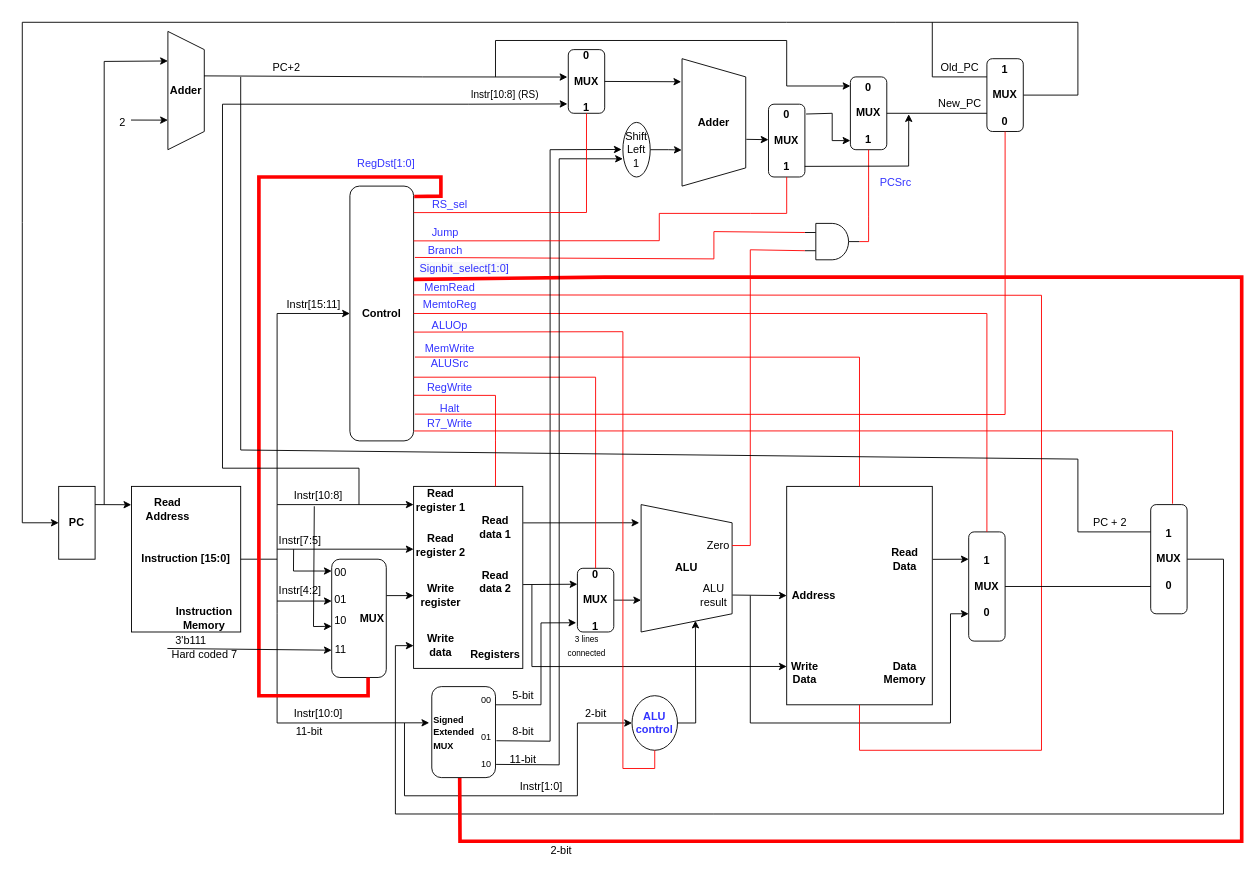
This is WISC-SP22.drawio from joshmeiyb/ECE552, a draw.io file, before an edit. Source tidied: cells renumbered, new cells numbered last; positions are measured from the earlier drawing's top-left corner, leaving out a move shared by most shapes. Both pictures are drawn from the tidied source at 91%, with x=0, y=0 at pixel (22, 22).
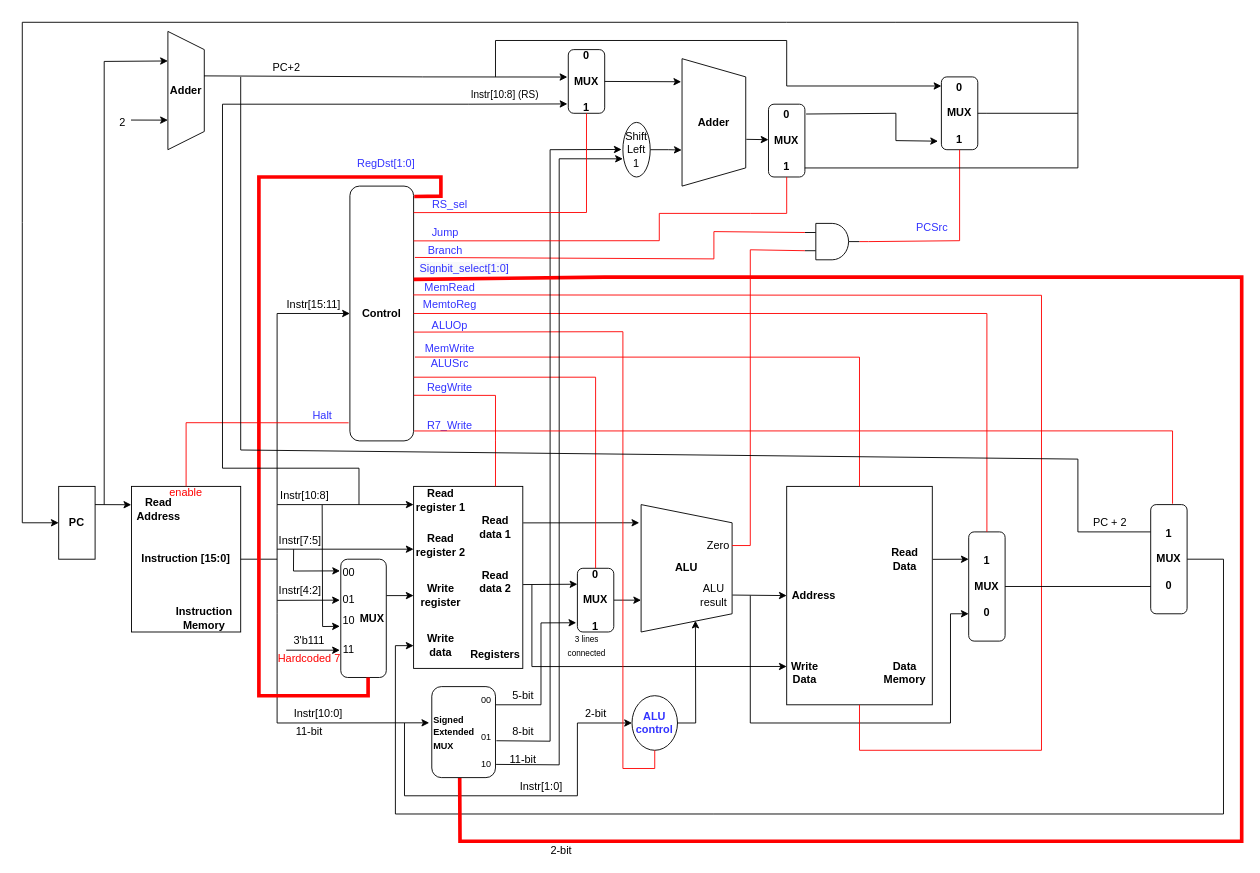
Above is the later version.

Unchanged cells that the change refers to:
```xml
<mxCell id="2" value="&lt;b&gt;PC&lt;/b&gt;" style="rounded=0;whiteSpace=wrap;html=1;" parent="1" vertex="1">
  <mxGeometry x="40" y="510" width="40" height="80" as="geometry" />
</mxCell>
<mxCell id="3" value="&lt;b&gt;Instruction [15:0]&lt;/b&gt;" style="rounded=0;whiteSpace=wrap;html=1;" parent="1" vertex="1">
  <mxGeometry x="120" y="510" width="120" height="160" as="geometry" />
</mxCell>
<mxCell id="63" value="Instr[7:5]" style="text;html=1;align=center;verticalAlign=middle;points=[];strokeColor=none;fillColor=none;" parent="1" vertex="1">
  <mxGeometry x="275" y="560" width="60" height="20" as="geometry" />
</mxCell>
<mxCell id="64" value="Instr[4:2]" style="text;html=1;align=center;verticalAlign=middle;points=[];strokeColor=none;fillColor=none;" parent="1" vertex="1">
  <mxGeometry x="275" y="615" width="60" height="20" as="geometry" />
</mxCell>
<mxCell id="66" style="verticalLabelPosition=bottom;shadow=0;dashed=0;align=center;html=1;verticalAlign=top;shape=mxgraph.electrical.logic_gates.logic_gate;operation=and;" parent="1" vertex="1">
  <mxGeometry x="860" y="221" width="60" height="40" as="geometry" />
</mxCell>
<mxCell id="69" value="&lt;b&gt;Control&lt;/b&gt;" style="rounded=1;whiteSpace=wrap;html=1;" parent="1" vertex="1">
  <mxGeometry x="360" y="180" width="70" height="280" as="geometry" />
</mxCell>
<mxCell id="128" value="&lt;b&gt;0&lt;br&gt;&lt;br&gt;MUX&lt;br&gt;&lt;br&gt;1&lt;/b&gt;" style="rounded=1;whiteSpace=wrap;html=1;" parent="1" vertex="1">
  <mxGeometry x="820" y="90" width="40" height="80" as="geometry" />
</mxCell>
```

Diff of the diagram source:
```diff
@@
     <mxCell id="4" value="&lt;b&gt;Read Address&lt;/b&gt;" style="text;html=1;strokeColor=none;fillColor=none;align=center;verticalAlign=middle;whiteSpace=wrap;rounded=0;" parent="1" vertex="1">
-      <mxGeometry x="130" y="520" width="60" height="30" as="geometry" />
+      <mxGeometry x="120" y="520" width="60" height="30" as="geometry" />
     </mxCell>
@@
     <mxCell id="15" value="&lt;b&gt;MUX&lt;/b&gt;" style="rounded=1;whiteSpace=wrap;html=1;align=right;" parent="1" vertex="1">
-      <mxGeometry x="340" y="590" width="60" height="130" as="geometry" />
+      <mxGeometry x="350" y="590" width="50" height="130" as="geometry" />
     </mxCell>
@@
-    <mxCell id="24" style="endArrow=classic;html=1;rounded=0;exitX=0.386;exitY=0.953;exitDx=0;exitDy=0;exitPerimeter=0;" parent="1" edge="1" source="63">
+    <mxCell id="24" style="endArrow=classic;html=1;rounded=0;exitX=0.386;exitY=0.953;exitDx=0;exitDy=0;exitPerimeter=0;entryX=0.009;entryY=0.428;entryDx=0;entryDy=0;entryPerimeter=0;" parent="1" edge="1" source="63" target="107">
       <mxGeometry relative="1" as="geometry">
-        <mxPoint x="340" y="603" as="targetPoint" />
         <Array as="points">
           <mxPoint x="298" y="603" />
         </Array>
       </mxGeometry>
     </mxCell>
-    <mxCell id="25" style="endArrow=classic;html=1;rounded=0;" parent="1" edge="1">
-      <mxGeometry relative="1" as="geometry">
-        <mxPoint x="280" y="636" as="sourcePoint" />
-        <mxPoint x="340" y="636" as="targetPoint" />
-      </mxGeometry>
+    <mxCell id="25" style="endArrow=classic;html=1;rounded=0;entryX=0;entryY=0.5;entryDx=0;entryDy=0;exitX=0.086;exitY=1.013;exitDx=0;exitDy=0;exitPerimeter=0;" parent="1" edge="1" source="64" target="108">
+      <mxGeometry relative="1" as="geometry" />
     </mxCell>
@@
     <mxCell id="27" value="&lt;b&gt;0&lt;br&gt;&lt;br&gt;MUX&lt;br&gt;&lt;br&gt;1&lt;/b&gt;" style="rounded=1;whiteSpace=wrap;html=1;" parent="1" vertex="1">
-      <mxGeometry x="910" y="60" width="40" height="80" as="geometry" />
+      <mxGeometry x="1010" y="60" width="40" height="80" as="geometry" />
     </mxCell>
@@
-    <mxCell id="30" style="endArrow=classic;html=1;rounded=0;entryX=0;entryY=0.5;entryDx=0;entryDy=0;exitX=1;exitY=0.5;exitDx=0;exitDy=0;" parent="1" edge="1" source="101" target="2">
+    <mxCell id="30" style="endArrow=classic;html=1;rounded=0;entryX=0;entryY=0.5;entryDx=0;entryDy=0;" parent="1" edge="1" target="2">
       <mxGeometry relative="1" as="geometry">
+        <mxPoint x="1060" y="100" as="sourcePoint" />
         <Array as="points">
-          <mxPoint x="1160" y="80" />
+          <mxPoint x="1160" y="100" />
           <mxPoint x="1160" />
           <mxPoint x="960" />
           <mxPoint x="840" />
           <mxPoint />
           <mxPoint y="220" />
           <mxPoint y="370" />
           <mxPoint y="550" />
         </Array>
       </mxGeometry>
     </mxCell>
@@
     <mxCell id="62" value="Instr[10:8]" style="text;html=1;align=center;verticalAlign=middle;points=[];strokeColor=none;fillColor=none;" parent="1" vertex="1">
-      <mxGeometry x="290" y="510" width="70" height="20" as="geometry" />
+      <mxGeometry x="275" y="510" width="70" height="20" as="geometry" />
     </mxCell>
@@
     <mxCell id="73" style="endArrow=none;html=1;rounded=0;strokeColor=#FF0000;entryX=0.5;entryY=1;entryDx=0;entryDy=0;exitX=1;exitY=0.5;exitDx=0;exitDy=0;exitPerimeter=0;" parent="1" edge="1" source="66" target="27">
       <mxGeometry relative="1" as="geometry">
         <Array as="points">
           <mxPoint x="930" y="241" />
-          <mxPoint x="930" y="213" />
+          <mxPoint x="1030" y="240" />
         </Array>
       </mxGeometry>
     </mxCell>
@@
     <mxCell id="84" value="&lt;font color=&quot;#3333ff&quot;&gt;PCSrc&lt;/font&gt;" style="text;html=1;strokeColor=none;fillColor=none;align=center;verticalAlign=middle;whiteSpace=wrap;rounded=0;" parent="1" vertex="1">
-      <mxGeometry x="930" y="161" width="60" height="30" as="geometry" />
+      <mxGeometry x="970" y="211" width="60" height="30" as="geometry" />
     </mxCell>
@@
-    <mxCell id="101" value="&lt;b&gt;1&lt;br&gt;&lt;br&gt;MUX&lt;br&gt;&lt;br&gt;0&lt;/b&gt;" style="rounded=1;whiteSpace=wrap;html=1;" parent="1" vertex="1">
-      <mxGeometry x="1060" y="40" width="40" height="80" as="geometry" />
-    </mxCell>
     <mxCell id="102" value="&lt;font color=&quot;#3333ff&quot;&gt;Halt&lt;/font&gt;" style="text;html=1;strokeColor=none;fillColor=none;align=center;verticalAlign=middle;whiteSpace=wrap;rounded=0;" parent="1" vertex="1">
-      <mxGeometry x="440" y="410" width="60" height="30" as="geometry" />
+      <mxGeometry x="300" y="417" width="60" height="30" as="geometry" />
     </mxCell>
-    <mxCell id="103" style="endArrow=none;html=1;rounded=0;strokeColor=#FF0000;exitX=1.019;exitY=0.895;exitDx=0;exitDy=0;exitPerimeter=0;entryX=0.5;entryY=1;entryDx=0;entryDy=0;" parent="1" edge="1" source="69" target="101">
+    <mxCell id="103" style="endArrow=none;html=1;rounded=0;strokeColor=#FF0000;exitX=-0.02;exitY=0.929;exitDx=0;exitDy=0;exitPerimeter=0;entryX=0.5;entryY=0;entryDx=0;entryDy=0;" parent="1" edge="1" source="69" target="3">
       <mxGeometry relative="1" as="geometry">
         <Array as="points">
-          <mxPoint x="1080" y="431" />
+          <mxPoint x="180" y="440" />
         </Array>
       </mxGeometry>
     </mxCell>
-    <mxCell id="104" style="endArrow=none;html=1;rounded=0;strokeColor=#000000;exitX=0;exitY=0.25;exitDx=0;exitDy=0;" parent="1" edge="1" source="101">
-      <mxGeometry relative="1" as="geometry">
-        <mxPoint x="1000" as="targetPoint" />
-        <Array as="points">
-          <mxPoint x="1000" y="60" />
-        </Array>
-      </mxGeometry>
-    </mxCell>
@@
-    <mxCell id="106" value="Old_PC" style="text;html=1;align=center;verticalAlign=middle;strokeColor=none;fillColor=none;" parent="1" vertex="1">
-      <mxGeometry x="1000" y="40" width="60" height="20" as="geometry" />
-    </mxCell>
     <mxCell id="107" value="00" style="text;html=1;strokeColor=none;fillColor=none;align=center;verticalAlign=middle;whiteSpace=wrap;rounded=0;" parent="1" vertex="1">
-      <mxGeometry x="340" y="590" width="20" height="30" as="geometry" />
+      <mxGeometry x="349" y="590" width="20" height="30" as="geometry" />
     </mxCell>
     <mxCell id="108" value="01" style="text;html=1;strokeColor=none;fillColor=none;align=center;verticalAlign=middle;whiteSpace=wrap;rounded=0;" parent="1" vertex="1">
-      <mxGeometry x="340" y="620" width="20" height="30" as="geometry" />
+      <mxGeometry x="349" y="620" width="20" height="30" as="geometry" />
     </mxCell>
     <mxCell id="109" value="10" style="text;html=1;strokeColor=none;fillColor=none;align=center;verticalAlign=middle;whiteSpace=wrap;rounded=0;" parent="1" vertex="1">
-      <mxGeometry x="340" y="645" width="20" height="25" as="geometry" />
+      <mxGeometry x="349" y="645" width="20" height="25" as="geometry" />
     </mxCell>
     <mxCell id="110" value="11" style="text;html=1;strokeColor=none;fillColor=none;align=center;verticalAlign=middle;whiteSpace=wrap;rounded=0;" parent="1" vertex="1">
-      <mxGeometry x="340" y="675" width="20" height="30" as="geometry" />
+      <mxGeometry x="349" y="675" width="20" height="30" as="geometry" />
     </mxCell>
-    <mxCell id="111" style="endArrow=classic;html=1;rounded=0;strokeColor=#000000;strokeWidth=1;exitX=0.441;exitY=1.091;exitDx=0;exitDy=0;exitPerimeter=0;entryX=0;entryY=0.75;entryDx=0;entryDy=0;" parent="1" edge="1" source="62" target="109">
+    <mxCell id="111" style="endArrow=classic;html=1;rounded=0;strokeColor=#000000;strokeWidth=1;exitX=0.779;exitY=1.017;exitDx=0;exitDy=0;exitPerimeter=0;entryX=0;entryY=0.75;entryDx=0;entryDy=0;" parent="1" edge="1" source="62" target="109">
       <mxGeometry relative="1" as="geometry">
         <Array as="points">
-          <mxPoint x="320" y="664" />
+          <mxPoint x="330" y="664" />
         </Array>
       </mxGeometry>
     </mxCell>
-    <mxCell id="112" style="endArrow=classic;html=1;rounded=0;strokeColor=#000000;strokeWidth=1;entryX=0;entryY=0.5;entryDx=0;entryDy=0;exitX=-0.011;exitY=0.906;exitDx=0;exitDy=0;exitPerimeter=0;" parent="1" edge="1" source="113" target="110">
-      <mxGeometry relative="1" as="geometry" />
+    <mxCell id="112" style="endArrow=classic;html=1;rounded=0;strokeColor=#000000;strokeWidth=1;entryX=0;entryY=0.5;entryDx=0;entryDy=0;" parent="1" edge="1" target="110">
+      <mxGeometry relative="1" as="geometry">
+        <mxPoint x="290" y="690" as="sourcePoint" />
+      </mxGeometry>
     </mxCell>
-    <mxCell id="113" value="3'b111" style="text;html=1;align=center;verticalAlign=middle;points=[];strokeColor=none;fillColor=none;" parent="1" vertex="1">
-      <mxGeometry x="160" y="670" width="50" height="20" as="geometry" />
-    </mxCell>
-    <mxCell id="114" value="Hard coded 7" style="text;html=1;align=center;verticalAlign=middle;strokeColor=none;fillColor=none;" parent="1" vertex="1">
-      <mxGeometry x="155" y="685" width="90" height="20" as="geometry" />
+    <mxCell id="114" value="&lt;font color=&quot;#ff0000&quot;&gt;Hardcoded 7&lt;/font&gt;" style="text;html=1;align=center;verticalAlign=middle;strokeColor=none;fillColor=none;" parent="1" vertex="1">
+      <mxGeometry x="275" y="690" width="80" height="20" as="geometry" />
     </mxCell>
@@
     <mxCell id="119" value="&lt;font color=&quot;#3333ff&quot;&gt;R7_Write&lt;/font&gt;" style="text;html=1;strokeColor=none;fillColor=none;align=center;verticalAlign=middle;whiteSpace=wrap;rounded=0;" parent="1" vertex="1">
-      <mxGeometry x="440" y="426" width="60" height="30" as="geometry" />
+      <mxGeometry x="440" y="430" width="60" height="26" as="geometry" />
     </mxCell>
@@
-    <mxCell id="129" style="endArrow=classic;html=1;rounded=0;exitX=1.033;exitY=0.135;exitDx=0;exitDy=0;exitPerimeter=0;" parent="1" edge="1" source="128">
+    <mxCell id="129" style="endArrow=classic;html=1;rounded=0;exitX=1.033;exitY=0.135;exitDx=0;exitDy=0;exitPerimeter=0;entryX=-0.092;entryY=0.883;entryDx=0;entryDy=0;entryPerimeter=0;" parent="1" edge="1" source="128" target="27">
       <mxGeometry relative="1" as="geometry">
-        <mxPoint x="910" y="130" as="targetPoint" />
         <Array as="points">
-          <mxPoint x="890" y="100" />
-          <mxPoint x="890" y="130" />
+          <mxPoint x="960" y="100" />
+          <mxPoint x="960" y="130" />
         </Array>
       </mxGeometry>
     </mxCell>
-    <mxCell id="130" style="endArrow=classic;html=1;rounded=0;exitX=0.997;exitY=0.854;exitDx=0;exitDy=0;exitPerimeter=0;entryX=-0.015;entryY=0.048;entryDx=0;entryDy=0;entryPerimeter=0;" parent="1" edge="1" source="128">
-      <mxGeometry relative="1" as="geometry">
-        <mxPoint x="974.1" y="101" as="targetPoint" />
-        <Array as="points">
-          <mxPoint x="974" y="158" />
-        </Array>
-      </mxGeometry>
-    </mxCell>
-    <mxCell id="131" value="New_PC" style="text;html=1;align=center;verticalAlign=middle;strokeColor=none;fillColor=none;" parent="1" vertex="1">
-      <mxGeometry x="1000" y="80" width="60" height="20" as="geometry" />
-    </mxCell>
@@
+    <mxCell id="134" style="endArrow=none;html=1;rounded=0;strokeColor=#000000;exitX=0.999;exitY=0.876;exitDx=0;exitDy=0;exitPerimeter=0;" parent="1" edge="1" source="128">
+      <mxGeometry relative="1" as="geometry">
+        <mxPoint x="1160" y="100" as="targetPoint" />
+        <Array as="points">
+          <mxPoint x="1160" y="160" />
+        </Array>
+      </mxGeometry>
+    </mxCell>
+    <mxCell id="113" value="3'b111" style="text;html=1;align=center;verticalAlign=middle;points=[];strokeColor=none;fillColor=none;" parent="1" vertex="1">
+      <mxGeometry x="290" y="670" width="50" height="20" as="geometry" />
+    </mxCell>
+    <mxCell id="135" value="enable" style="text;html=1;strokeColor=none;fillColor=none;align=center;verticalAlign=middle;whiteSpace=wrap;rounded=0;fontColor=#FF0000;" parent="1" vertex="1">
+      <mxGeometry x="150" y="502" width="60" height="30" as="geometry" />
+    </mxCell>
```
